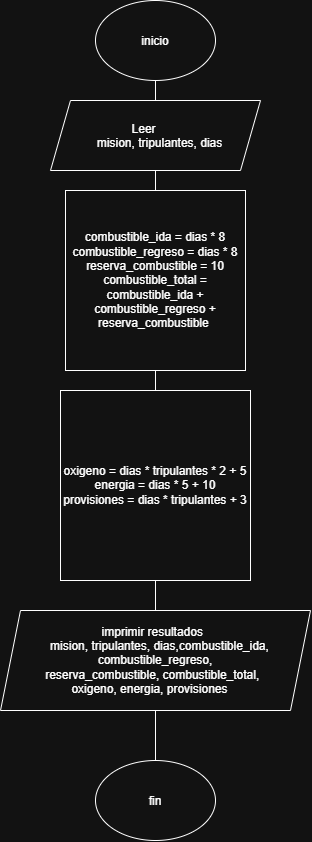
The draw.io diagram Diagramas_de_flujo/ejercisio_#1_.drawio.png in jmendezcan-dev/avance_proyecto, before a commit. Source tidied: cells renumbered, new cells last; positions are measured from the earlier drawing's top-left corner, leaving out a move shared by most shapes. The source it was exported from:
```xml
<mxGraphModel>
  <root>
    <mxCell id="0" />
    <mxCell id="1" parent="0" />
    <mxCell id="2" value="inicio" style="ellipse;whiteSpace=wrap;html=1;shapeInside=1;" parent="1" vertex="1">
      <mxGeometry x="95" width="120" height="80" as="geometry" />
    </mxCell>
    <mxCell id="3" value="combustible_ida = dias * 8&lt;br&gt;combustible_regreso = dias * 8 reserva_combustible = 10&lt;br&gt;combustible_total = combustible_ida +&lt;br&gt;combustible_regreso + reserva_combustible&amp;nbsp;" style="whiteSpace=wrap;html=1;" parent="1" vertex="1">
      <mxGeometry x="65" y="190" width="180" height="180" as="geometry" />
    </mxCell>
    <mxCell id="4" value="&amp;nbsp; &amp;nbsp; &amp;nbsp; &amp;nbsp; &amp;nbsp; &amp;nbsp; &amp;nbsp; &amp;nbsp; &amp;nbsp; &amp;nbsp;Leer&amp;nbsp; &amp;nbsp; &amp;nbsp; &amp;nbsp; &amp;nbsp; &amp;nbsp; &amp;nbsp; &amp;nbsp; &amp;nbsp; &amp;nbsp; &amp;nbsp; &amp;nbsp; &amp;nbsp; &amp;nbsp; &amp;nbsp; &amp;nbsp; mision, tripulantes, dias" style="shape=parallelogram;perimeter=parallelogramPerimeter;whiteSpace=wrap;html=1;shapeInside=1;fixedSize=1;" parent="1" vertex="1">
      <mxGeometry x="50" y="100" width="210" height="70" as="geometry" />
    </mxCell>
    <mxCell id="5" style="endArrow=none;html=1;rounded=0;entryX=0.5;entryY=1;entryDx=0;entryDy=0;exitX=0.5;exitY=0;exitDx=0;exitDy=0;" parent="1" edge="1" source="4" target="2">
      <mxGeometry relative="1" as="geometry" />
    </mxCell>
    <mxCell id="6" style="endArrow=none;html=1;rounded=0;entryX=0.5;entryY=1;entryDx=0;entryDy=0;exitX=0.5;exitY=0;exitDx=0;exitDy=0;" parent="1" edge="1" source="3" target="4">
      <mxGeometry relative="1" as="geometry" />
    </mxCell>
    <mxCell id="7" value="oxigeno = dias * tripulantes * 2 + 5&lt;br&gt;energia = dias * 5 + 10&lt;br&gt;provisiones = dias * tripulantes + 3" style="whiteSpace=wrap;html=1;" parent="1" vertex="1">
      <mxGeometry x="60" y="390" width="190" height="190" as="geometry" />
    </mxCell>
    <mxCell id="8" value="&amp;nbsp; &amp;nbsp; &amp;nbsp; &amp;nbsp; &amp;nbsp; &amp;nbsp; &amp;nbsp; &amp;nbsp; &amp;nbsp; &amp;nbsp; &amp;nbsp; &amp;nbsp; imprimir resultados&lt;span style=&quot;background-color: transparent; color: light-dark(rgb(0, 0, 0), rgb(255, 255, 255));&quot;&gt;&amp;nbsp; &amp;nbsp; &amp;nbsp; &amp;nbsp; &amp;nbsp; &amp;nbsp; &amp;nbsp; &amp;nbsp; &amp;nbsp; &amp;nbsp; &amp;nbsp; &amp;nbsp; &amp;nbsp; &amp;nbsp; &amp;nbsp; &amp;nbsp;mision, tripulantes, dias,&lt;/span&gt;combustible_ida, combustible_regreso,&lt;br&gt;reserva_combustible, combustible_total,&lt;br&gt;oxigeno, energia, provisiones" style="shape=parallelogram;perimeter=parallelogramPerimeter;whiteSpace=wrap;html=1;shapeInside=1;fixedSize=1;" parent="1" vertex="1">
      <mxGeometry y="610" width="310" height="100" as="geometry" />
    </mxCell>
    <mxCell id="9" style="endArrow=none;html=1;rounded=0;entryX=0.5;entryY=1;entryDx=0;entryDy=0;exitX=0.5;exitY=0;exitDx=0;exitDy=0;" parent="1" edge="1" source="7" target="3">
      <mxGeometry relative="1" as="geometry" />
    </mxCell>
    <mxCell id="10" style="endArrow=none;html=1;rounded=0;entryX=0.5;entryY=1;entryDx=0;entryDy=0;exitX=0.5;exitY=0;exitDx=0;exitDy=0;" parent="1" edge="1" source="8" target="7">
      <mxGeometry relative="1" as="geometry" />
    </mxCell>
    <mxCell id="11" value="fin" style="ellipse;whiteSpace=wrap;html=1;shapeInside=1;" parent="1" vertex="1">
      <mxGeometry x="95" y="760" width="120" height="80" as="geometry" />
    </mxCell>
    <mxCell id="12" style="endArrow=none;html=1;rounded=0;entryX=0.5;entryY=1;entryDx=0;entryDy=0;exitX=0.5;exitY=0;exitDx=0;exitDy=0;" parent="1" edge="1" source="11" target="8">
      <mxGeometry relative="1" as="geometry" />
    </mxCell>
  </root>
</mxGraphModel>
```
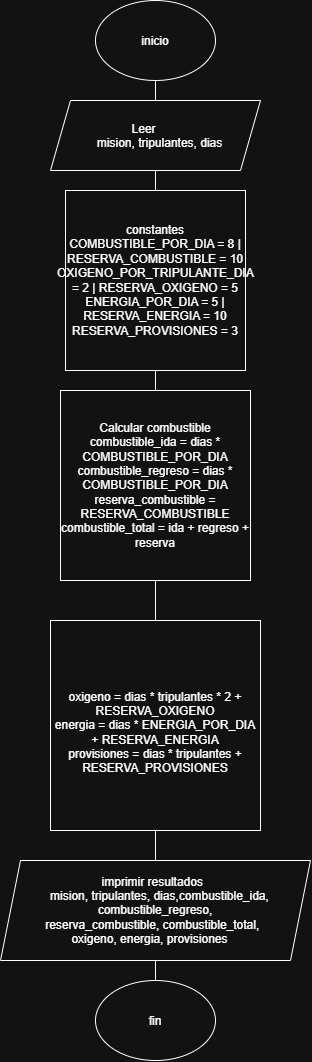
Above is the later version.

Commit message:
Mover actualizar

Diff of the diagram source:
```diff
@@ -5,7 +5,7 @@
     <mxCell id="2" value="inicio" style="ellipse;whiteSpace=wrap;html=1;shapeInside=1;" parent="1" vertex="1">
       <mxGeometry x="95" width="120" height="80" as="geometry" />
     </mxCell>
-    <mxCell id="3" value="combustible_ida = dias * 8&lt;br&gt;combustible_regreso = dias * 8 reserva_combustible = 10&lt;br&gt;combustible_total = combustible_ida +&lt;br&gt;combustible_regreso + reserva_combustible&amp;nbsp;" style="whiteSpace=wrap;html=1;" parent="1" vertex="1">
+    <mxCell id="3" value="constantes&lt;br style=&quot;padding: 0px; margin: 0px;&quot;&gt;COMBUSTIBLE_POR_DIA = 8 | RESERVA_COMBUSTIBLE = 10&lt;br style=&quot;padding: 0px; margin: 0px;&quot;&gt;OXIGENO_POR_TRIPULANTE_DIA = 2 | RESERVA_OXIGENO = 5&lt;br style=&quot;padding: 0px; margin: 0px;&quot;&gt;ENERGIA_POR_DIA = 5 | RESERVA_ENERGIA = 10&lt;br style=&quot;padding: 0px; margin: 0px;&quot;&gt;RESERVA_PROVISIONES = 3" style="whiteSpace=wrap;html=1;" parent="1" vertex="1">
       <mxGeometry x="65" y="190" width="180" height="180" as="geometry" />
     </mxCell>
     <mxCell id="4" value="&amp;nbsp; &amp;nbsp; &amp;nbsp; &amp;nbsp; &amp;nbsp; &amp;nbsp; &amp;nbsp; &amp;nbsp; &amp;nbsp; &amp;nbsp;Leer&amp;nbsp; &amp;nbsp; &amp;nbsp; &amp;nbsp; &amp;nbsp; &amp;nbsp; &amp;nbsp; &amp;nbsp; &amp;nbsp; &amp;nbsp; &amp;nbsp; &amp;nbsp; &amp;nbsp; &amp;nbsp; &amp;nbsp; &amp;nbsp; mision, tripulantes, dias" style="shape=parallelogram;perimeter=parallelogramPerimeter;whiteSpace=wrap;html=1;shapeInside=1;fixedSize=1;" parent="1" vertex="1">
@@ -17,23 +17,26 @@
     <mxCell id="6" style="endArrow=none;html=1;rounded=0;entryX=0.5;entryY=1;entryDx=0;entryDy=0;exitX=0.5;exitY=0;exitDx=0;exitDy=0;" parent="1" edge="1" source="3" target="4">
       <mxGeometry relative="1" as="geometry" />
     </mxCell>
-    <mxCell id="7" value="oxigeno = dias * tripulantes * 2 + 5&lt;br&gt;energia = dias * 5 + 10&lt;br&gt;provisiones = dias * tripulantes + 3" style="whiteSpace=wrap;html=1;" parent="1" vertex="1">
+    <mxCell id="7" value="Calcular combustible&lt;br style=&quot;padding: 0px; margin: 0px;&quot;&gt;combustible_ida = dias * COMBUSTIBLE_POR_DIA&lt;br style=&quot;padding: 0px; margin: 0px;&quot;&gt;combustible_regreso = dias * COMBUSTIBLE_POR_DIA&lt;br style=&quot;padding: 0px; margin: 0px;&quot;&gt;reserva_combustible = RESERVA_COMBUSTIBLE&lt;br style=&quot;padding: 0px; margin: 0px;&quot;&gt;combustible_total = ida + regreso + reserva" style="whiteSpace=wrap;html=1;" parent="1" vertex="1">
       <mxGeometry x="60" y="390" width="190" height="190" as="geometry" />
     </mxCell>
     <mxCell id="8" value="&amp;nbsp; &amp;nbsp; &amp;nbsp; &amp;nbsp; &amp;nbsp; &amp;nbsp; &amp;nbsp; &amp;nbsp; &amp;nbsp; &amp;nbsp; &amp;nbsp; &amp;nbsp; imprimir resultados&lt;span style=&quot;background-color: transparent; color: light-dark(rgb(0, 0, 0), rgb(255, 255, 255));&quot;&gt;&amp;nbsp; &amp;nbsp; &amp;nbsp; &amp;nbsp; &amp;nbsp; &amp;nbsp; &amp;nbsp; &amp;nbsp; &amp;nbsp; &amp;nbsp; &amp;nbsp; &amp;nbsp; &amp;nbsp; &amp;nbsp; &amp;nbsp; &amp;nbsp;mision, tripulantes, dias,&lt;/span&gt;combustible_ida, combustible_regreso,&lt;br&gt;reserva_combustible, combustible_total,&lt;br&gt;oxigeno, energia, provisiones" style="shape=parallelogram;perimeter=parallelogramPerimeter;whiteSpace=wrap;html=1;shapeInside=1;fixedSize=1;" parent="1" vertex="1">
-      <mxGeometry y="610" width="310" height="100" as="geometry" />
+      <mxGeometry y="860" width="310" height="100" as="geometry" />
     </mxCell>
     <mxCell id="9" style="endArrow=none;html=1;rounded=0;entryX=0.5;entryY=1;entryDx=0;entryDy=0;exitX=0.5;exitY=0;exitDx=0;exitDy=0;" parent="1" edge="1" source="7" target="3">
       <mxGeometry relative="1" as="geometry" />
     </mxCell>
-    <mxCell id="10" style="endArrow=none;html=1;rounded=0;entryX=0.5;entryY=1;entryDx=0;entryDy=0;exitX=0.5;exitY=0;exitDx=0;exitDy=0;" parent="1" edge="1" source="8" target="7">
-      <mxGeometry relative="1" as="geometry" />
-    </mxCell>
     <mxCell id="11" value="fin" style="ellipse;whiteSpace=wrap;html=1;shapeInside=1;" parent="1" vertex="1">
-      <mxGeometry x="95" y="760" width="120" height="80" as="geometry" />
+      <mxGeometry x="95" y="980" width="120" height="80" as="geometry" />
     </mxCell>
     <mxCell id="12" style="endArrow=none;html=1;rounded=0;entryX=0.5;entryY=1;entryDx=0;entryDy=0;exitX=0.5;exitY=0;exitDx=0;exitDy=0;" parent="1" edge="1" source="11" target="8">
       <mxGeometry relative="1" as="geometry" />
     </mxCell>
+    <mxCell id="10" style="endArrow=none;html=1;rounded=0;entryX=0.5;entryY=1;entryDx=0;entryDy=0;exitX=0.5;exitY=0;exitDx=0;exitDy=0;" parent="1" edge="1" source="8" target="7">
+      <mxGeometry relative="1" as="geometry" />
+    </mxCell>
+    <mxCell id="13" value="&lt;br style=&quot;padding: 0px; margin: 0px;&quot;&gt;oxigeno = dias * tripulantes * 2 + RESERVA_OXIGENO&lt;br style=&quot;padding: 0px; margin: 0px;&quot;&gt;energia = dias * ENERGIA_POR_DIA + RESERVA_ENERGIA&lt;br style=&quot;padding: 0px; margin: 0px;&quot;&gt;provisiones = dias * tripulantes + RESERVA_PROVISIONES" style="whiteSpace=wrap;html=1;" parent="1" vertex="1">
+      <mxGeometry x="50" y="620" width="210" height="210" as="geometry" />
+    </mxCell>
   </root>
 </mxGraphModel>
```
